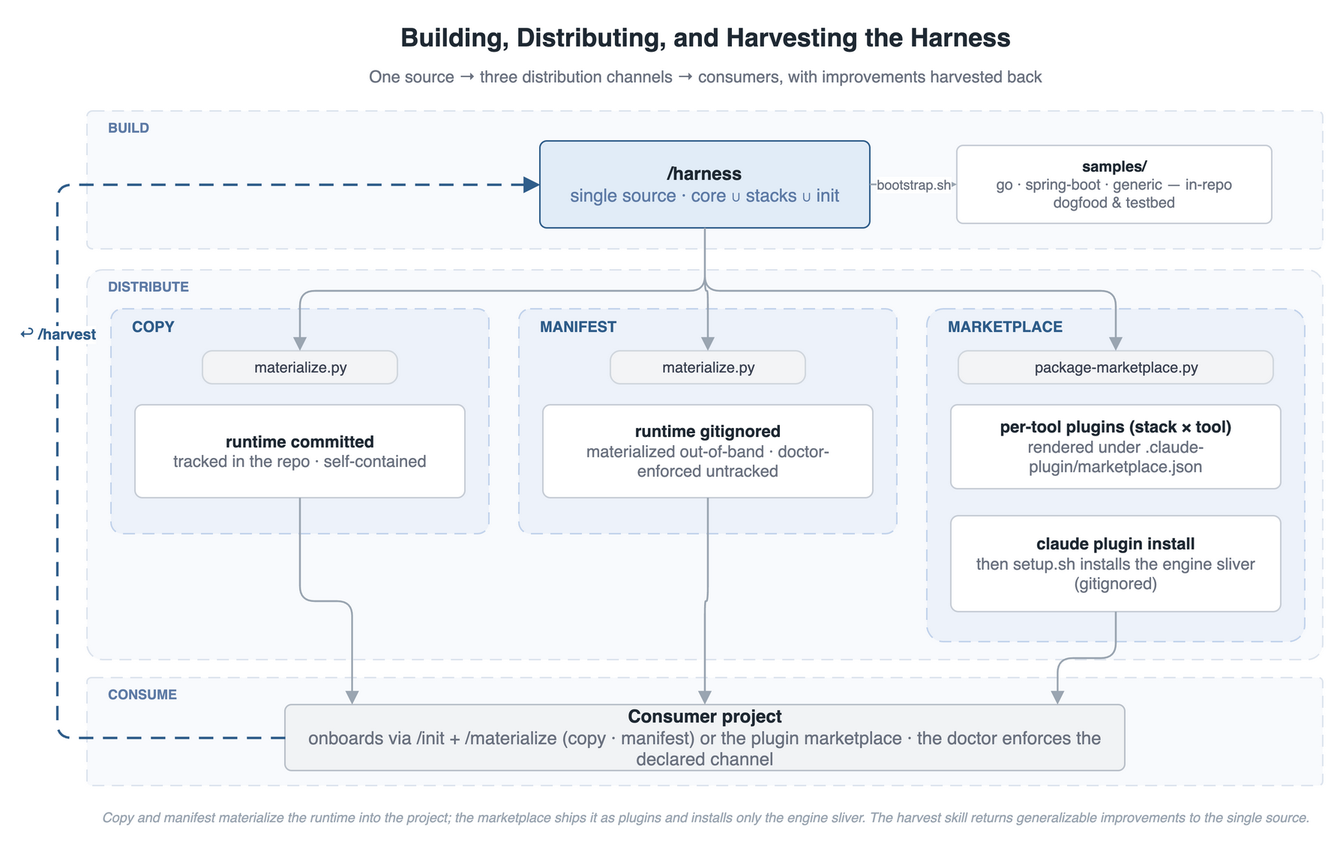
This is docs/images/harness-lifecycle.drawio.png from woditschka/agentic-coding-reference, a draw.io export, as it was before one commit. Source tidied: cells renumbered, new cells last; positions are measured from the earlier drawing's top-left corner, leaving out a move shared by most shapes.
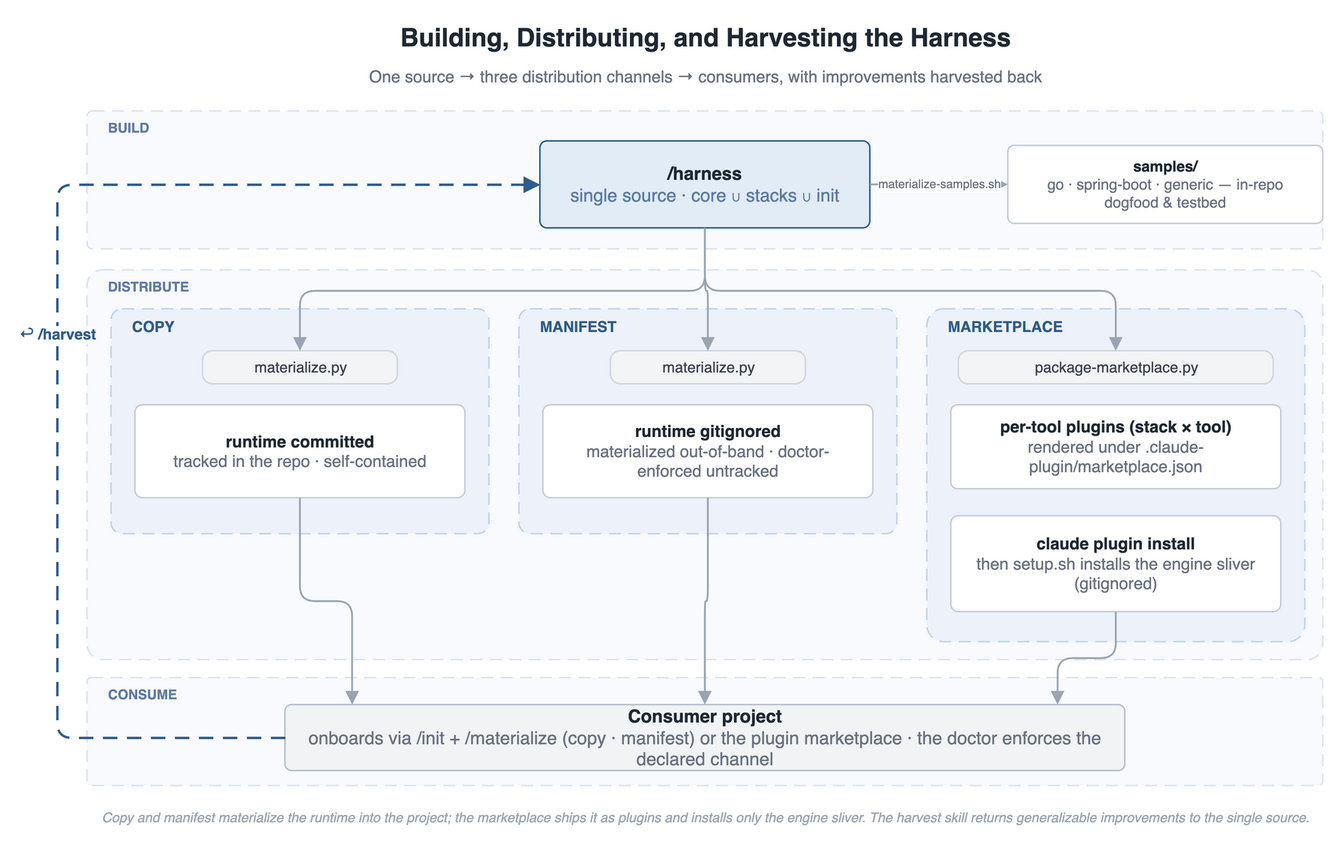
The same file after the commit.

Commit message:
docs: relabel lifecycle diagram bootstrap edge

The harness-lifecycle figure labeled the samples build edge bootstrap.sh,
stale after the producer-side rename. Relabel it materialize-samples.sh;
widen the /harness→samples gap and drop the edge-label font a point so
the longer label fits on the connector without collision. Re-export the
embedded-XML PNG. Only diagram with a stale name; embeddings unchanged.

See docs/adr/2026-07-18-producer-script-naming.md.

What changed in the source:
```diff
@@ -30,7 +30,7 @@
       <mxGeometry x="322" y="82" width="220" height="58" as="geometry" />
     </mxCell>
     <mxCell id="11" value="&lt;b&gt;samples/&lt;/b&gt;&lt;br&gt;&lt;font color=&quot;#6B7280&quot;&gt;go · spring-boot · generic — in-repo dogfood &amp;amp; testbed&lt;/font&gt;" style="rounded=1;arcSize=8;whiteSpace=wrap;html=1;fillColor=#FFFFFF;strokeColor=#C7CDD6;fontSize=10;fontColor=#1F2933;verticalAlign=middle;spacingLeft=8;spacingRight=8;" parent="1" vertex="1">
-      <mxGeometry x="600" y="85" width="210" height="52" as="geometry" />
+      <mxGeometry x="634" y="85" width="210" height="52" as="geometry" />
     </mxCell>
     <mxCell id="12" value="materialize.py" style="rounded=1;arcSize=30;html=1;fillColor=#F3F4F6;strokeColor=#D1D7DE;fontSize=10;fontColor=#3B4252;verticalAlign=middle;" parent="1" vertex="1">
       <mxGeometry x="97" y="222" width="130" height="22" as="geometry" />
@@ -80,7 +80,7 @@
         </Array>
       </mxGeometry>
     </mxCell>
-    <mxCell id="23" value="bootstrap.sh" style="edgeStyle=orthogonalEdgeStyle;rounded=1;html=1;endArrow=block;endSize=6;strokeColor=#9AA5B1;strokeWidth=1.2;fontSize=9;fontColor=#6B7280;labelBackgroundColor=#FFFFFF;exitX=1;exitY=0.5;entryX=0;entryY=0.5;" parent="1" edge="1" source="10" target="11">
+    <mxCell id="23" value="materialize-samples.sh" style="edgeStyle=orthogonalEdgeStyle;rounded=1;html=1;endArrow=block;endSize=6;strokeColor=#9AA5B1;strokeWidth=1.2;fontSize=8;fontColor=#6B7280;labelBackgroundColor=#FFFFFF;exitX=1;exitY=0.5;entryX=0;entryY=0.5;" parent="1" edge="1" source="10" target="11">
       <mxGeometry relative="1" as="geometry" />
     </mxCell>
     <mxCell id="24" style="edgeStyle=orthogonalEdgeStyle;rounded=1;html=1;endArrow=block;endSize=6;strokeColor=#9AA5B1;strokeWidth=1.2;exitX=0.5;exitY=1;entryX=0.08;entryY=0;" parent="1" edge="1" source="15" target="19">
```
